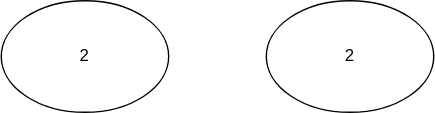
Before: Diagram/diagram.svg, a diagram exported from draw.io (alderg/sandbox). Source tidied: cells renumbered, new cells last; positions are measured from the earlier drawing's top-left corner, leaving out a move shared by most shapes.
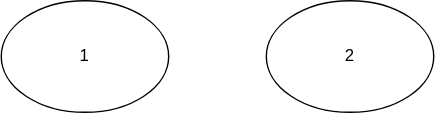
After the commit.

Diff of the diagram source:
```diff
@@ -2,7 +2,7 @@
   <root>
     <mxCell id="0" />
     <mxCell id="1" parent="0" />
-    <mxCell id="2" value="2" style="ellipse;whiteSpace=wrap;html=1;fillColor=none;" parent="1" vertex="1">
+    <mxCell id="2" value="1" style="ellipse;whiteSpace=wrap;html=1;fillColor=none;" parent="1" vertex="1">
       <mxGeometry width="120" height="80" as="geometry" />
     </mxCell>
     <mxCell id="3" value="2" style="ellipse;whiteSpace=wrap;html=1;fillColor=none;" parent="1" vertex="1">
```
